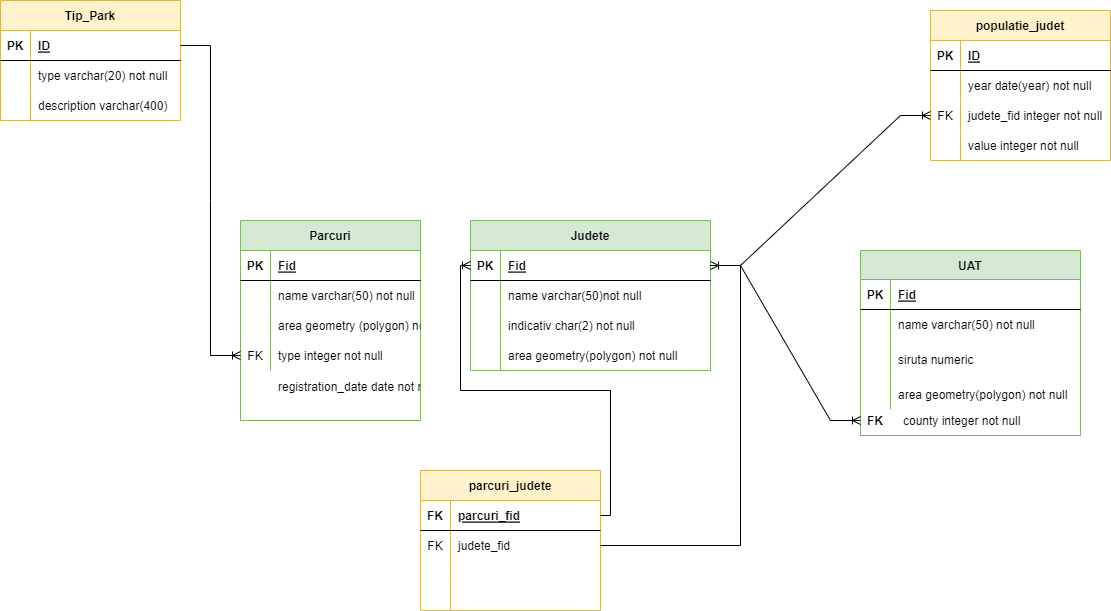
Above: Untitled Diagram.drawio.png in ClaudiuVasile88/db_modelling (draw.io), before the change. Source tidied: cells renumbered, new cells last; positions are measured from the earlier drawing's top-left corner, leaving out a move shared by most shapes.
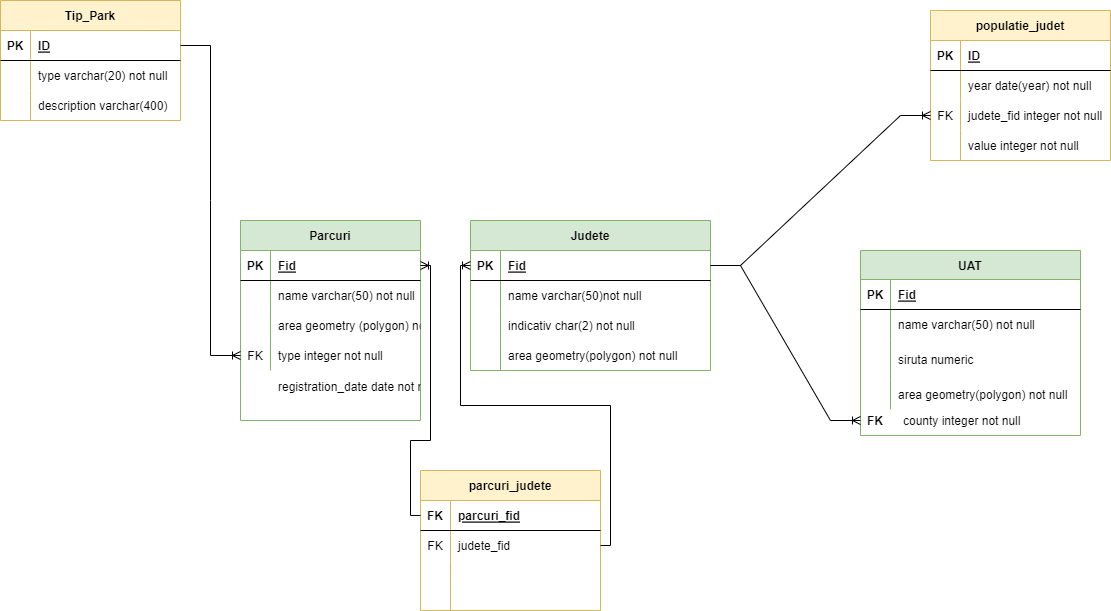
After the commit.

Diff of the diagram source:
```diff
@@ -247,10 +247,17 @@
     <mxCell id="82" style="shape=partialRectangle;fillColor=none;top=0;left=0;bottom=0;right=0;align=left;spacingLeft=6;overflow=hidden;" parent="80" vertex="1">
       <mxGeometry x="30" width="150" height="30" as="geometry" />
     </mxCell>
-    <mxCell id="83" style="edgeStyle=orthogonalEdgeStyle;fontSize=12;html=1;endArrow=ERoneToMany;rounded=0;" parent="1" edge="1" source="71" target="17">
-      <mxGeometry relative="1" as="geometry" />
+    <mxCell id="83" style="edgeStyle=orthogonalEdgeStyle;fontSize=12;html=1;endArrow=ERoneToMany;rounded=0;" parent="1" edge="1" source="71" target="3">
+      <mxGeometry relative="1" as="geometry">
+        <Array as="points">
+          <mxPoint x="410" y="515" />
+          <mxPoint x="410" y="440" />
+          <mxPoint x="430" y="440" />
+          <mxPoint x="430" y="265" />
+        </Array>
+      </mxGeometry>
     </mxCell>
-    <mxCell id="84" style="edgeStyle=entityRelationEdgeStyle;fontSize=12;html=1;endArrow=ERoneToMany;rounded=0;" parent="1" edge="1" source="74" target="17">
+    <mxCell id="84" style="edgeStyle=orthogonalEdgeStyle;fontSize=12;html=1;endArrow=ERoneToMany;rounded=0;" parent="1" edge="1" source="74" target="17">
       <mxGeometry relative="1" as="geometry" />
     </mxCell>
   </root>
```
